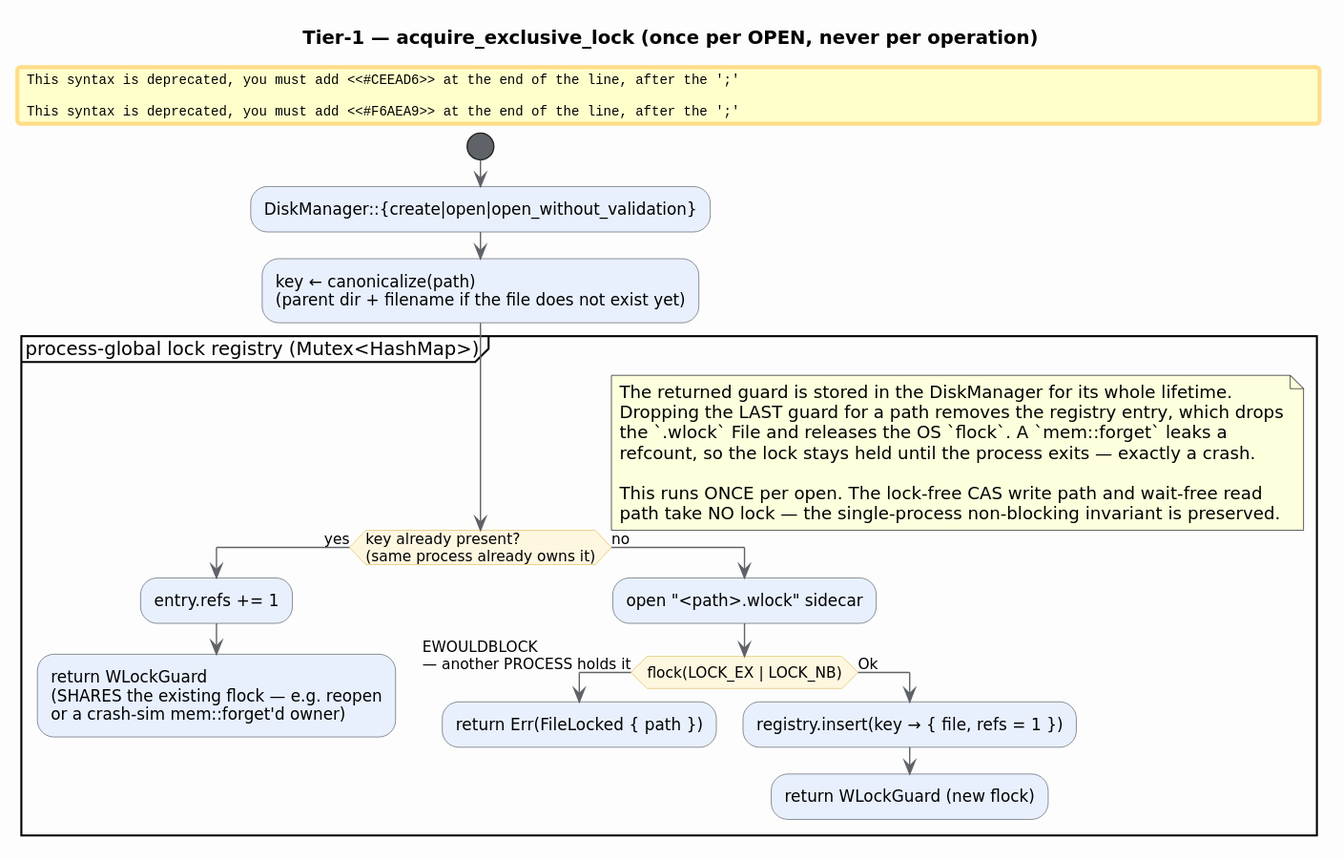
vinary-tree/libdictenstein keeps this PlantUML diagram as docs/diagrams/tier1-lock-acquire.svg. Above is the earlier version. Its source is kept beside it as docs/diagrams/src/tier1-lock-acquire.puml. Its diagram source:
```plantuml
@startuml tier1-lock-acquire
skinparam backgroundColor #FDFDFD
skinparam shadowing false
skinparam defaultFontName "DejaVu Sans"
skinparam ArrowColor #5F6368
skinparam activity {
  BackgroundColor #E8F0FE
  BorderColor #5F6368
  DiamondBackgroundColor #FEF7E0
  DiamondBorderColor #E0C060
  StartColor #5F6368
  EndColor #5F6368
}
title Tier-1 — acquire_exclusive_lock (once per OPEN, never per operation)

start
:DiskManager::{create|open|open_without_validation};
:key ← canonicalize(path)\n(parent dir + filename if the file does not exist yet);

partition "process-global lock registry (Mutex<HashMap>)" {
  if (key already present?\n(same process already owns it)) then (yes)
    :entry.refs += 1;
    #CEEAD6:return WLockGuard\n(SHARES the existing flock — e.g. reopen\nor a crash-sim mem::forget'd owner);
    kill
  else (no)
    :open "<path>.wlock" sidecar;
    if (flock(LOCK_EX | LOCK_NB)) then (EWOULDBLOCK\n— another PROCESS holds it)
      #F6AEA9:return Err(FileLocked { path });
      kill
    else (Ok)
      :registry.insert(key → { file, refs = 1 });
      #CEEAD6:return WLockGuard (new flock);
      kill
    endif
  endif
}

note right
  The returned guard is stored in the DiskManager for its whole lifetime.
  Dropping the LAST guard for a path removes the registry entry, which drops
  the `.wlock` File and releases the OS `flock`. A `mem::forget` leaks a
  refcount, so the lock stays held until the process exits — exactly a crash.

  This runs ONCE per open. The lock-free CAS write path and wait-free read
  path take NO lock — the single-process non-blocking invariant is preserved.
end note
@enduml
```
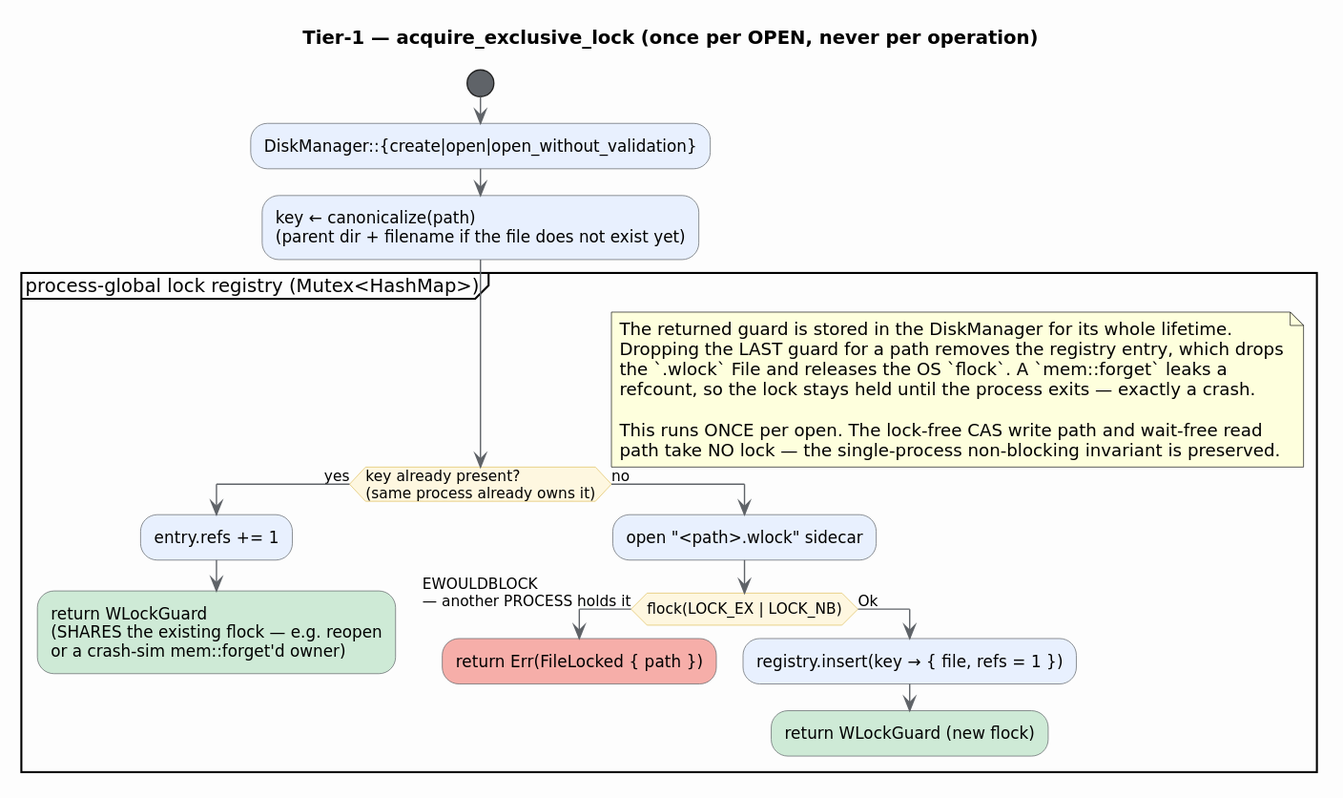
Later version of the same file.

Diff of the diagram source:
```diff
@@ -20,16 +20,16 @@
 partition "process-global lock registry (Mutex<HashMap>)" {
   if (key already present?\n(same process already owns it)) then (yes)
     :entry.refs += 1;
-    #CEEAD6:return WLockGuard\n(SHARES the existing flock — e.g. reopen\nor a crash-sim mem::forget'd owner);
+    :return WLockGuard\n(SHARES the existing flock — e.g. reopen\nor a crash-sim mem::forget'd owner);<<#CEEAD6>>
     kill
   else (no)
     :open "<path>.wlock" sidecar;
     if (flock(LOCK_EX | LOCK_NB)) then (EWOULDBLOCK\n— another PROCESS holds it)
-      #F6AEA9:return Err(FileLocked { path });
+      :return Err(FileLocked { path });<<#F6AEA9>>
       kill
     else (Ok)
       :registry.insert(key → { file, refs = 1 });
-      #CEEAD6:return WLockGuard (new flock);
+      :return WLockGuard (new flock);<<#CEEAD6>>
       kill
     endif
   endif
```
